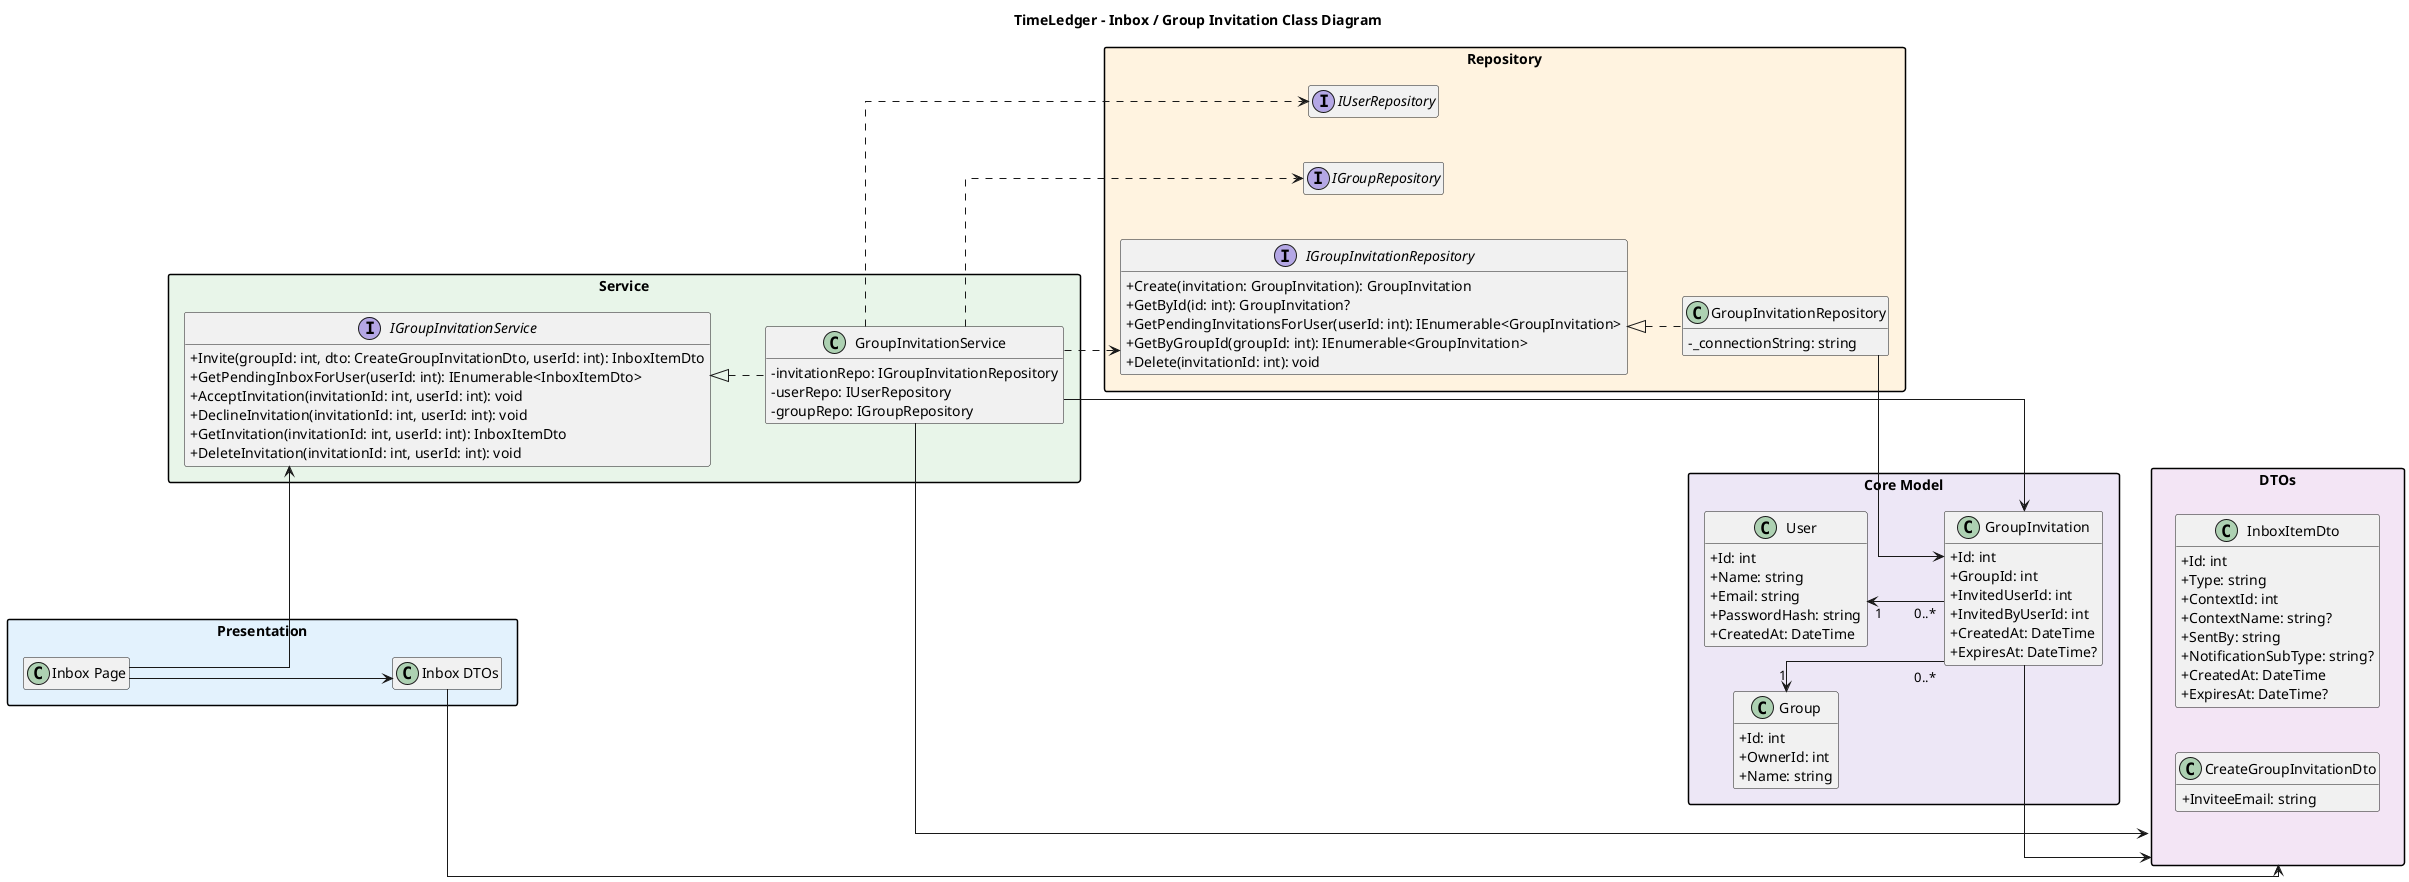
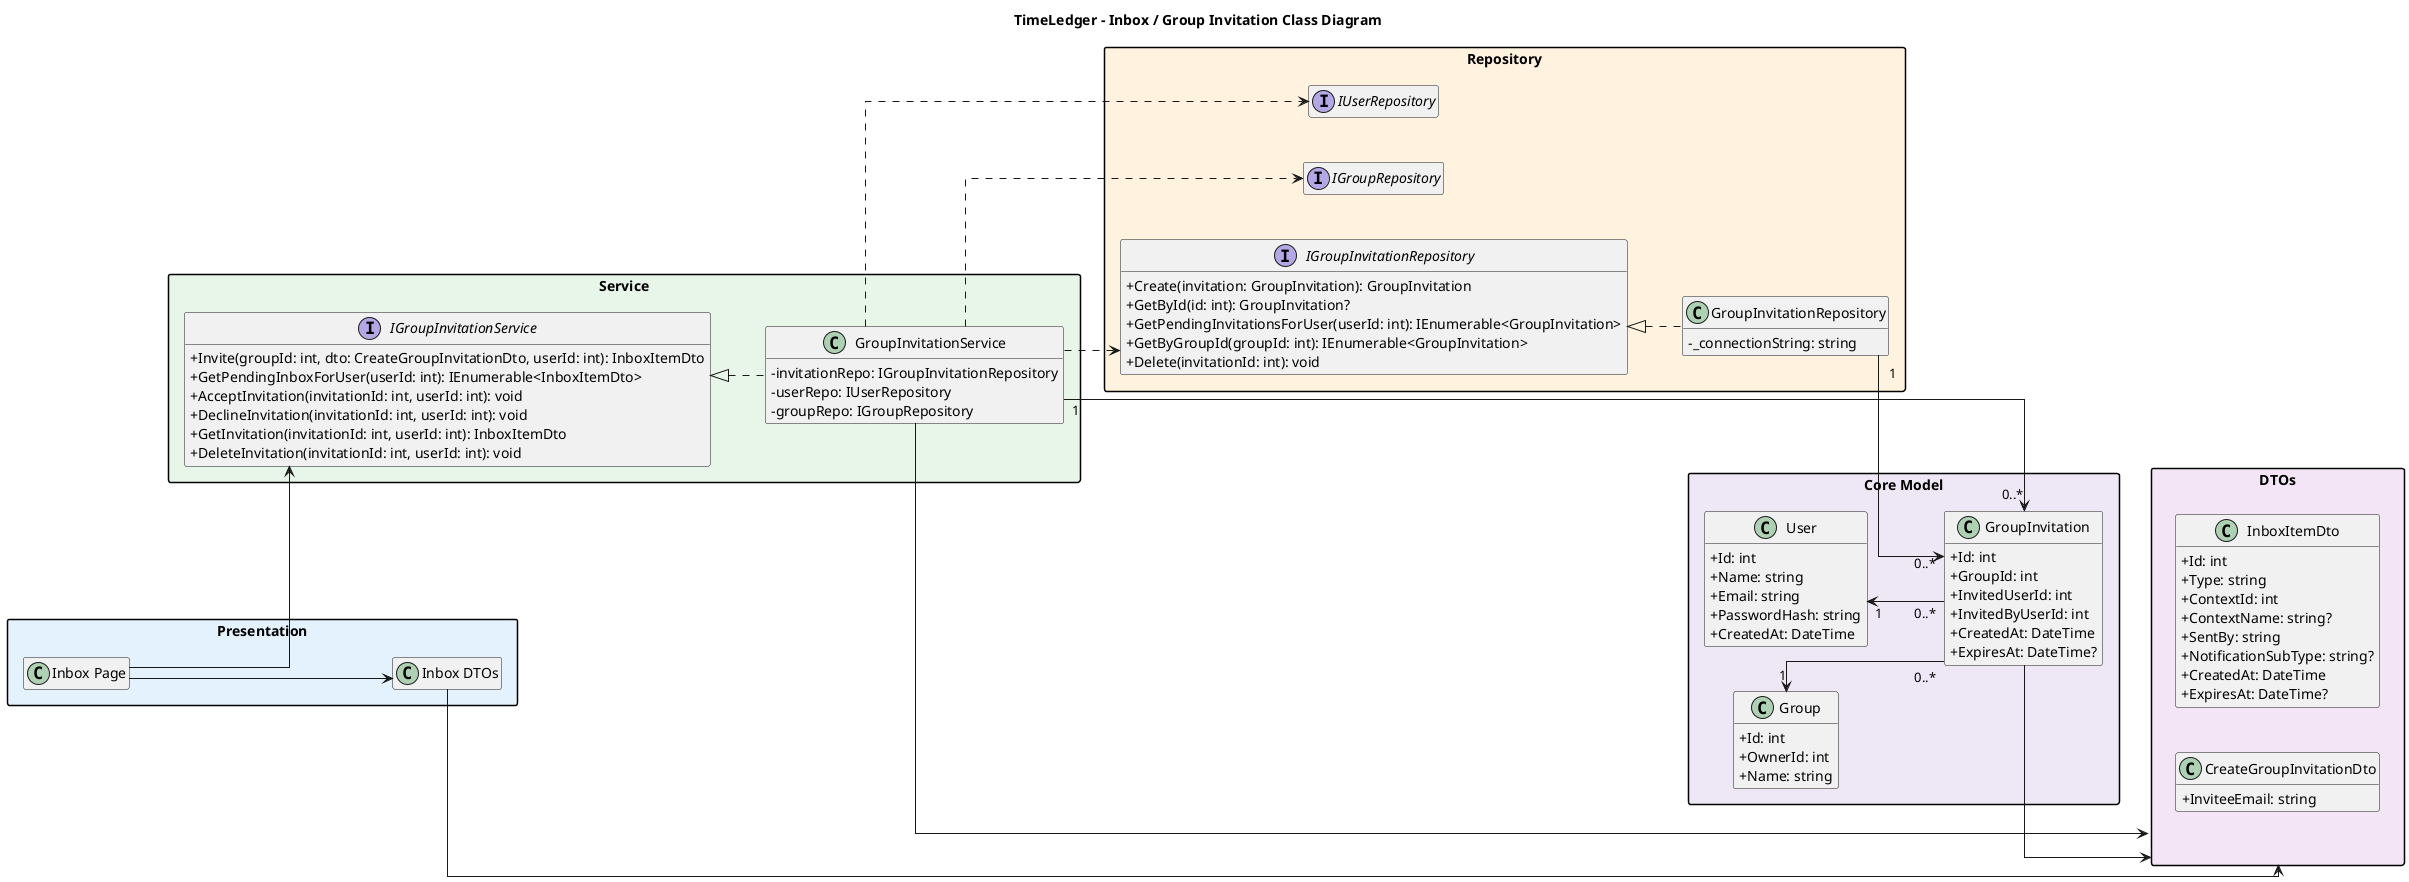
﻿@startuml
left to right direction
skinparam classAttributeIconSize 0
skinparam packageStyle rectangle
skinparam linetype ortho
skinparam nodesep 45
skinparam ranksep 55
hide empty members

title TimeLedger - Inbox / Group Invitation Class Diagram

package "Presentation" #E3F2FD {
  class "Inbox Page" as InboxPage
  class "Inbox DTOs" as InboxDTOs
}

package "Service" #E8F5E9 {
  interface IGroupInvitationService {
	+ Invite(groupId: int, dto: CreateGroupInvitationDto, userId: int): InboxItemDto
	+ GetPendingInboxForUser(userId: int): IEnumerable<InboxItemDto>
	+ AcceptInvitation(invitationId: int, userId: int): void
	+ DeclineInvitation(invitationId: int, userId: int): void
	+ GetInvitation(invitationId: int, userId: int): InboxItemDto
	+ DeleteInvitation(invitationId: int, userId: int): void
  }

  class GroupInvitationService {
	- invitationRepo: IGroupInvitationRepository
	- userRepo: IUserRepository
	- groupRepo: IGroupRepository

  }
}

package "Core Model" #EDE7F6 {
  class GroupInvitation {
	+ Id: int
	+ GroupId: int
	+ InvitedUserId: int
	+ InvitedByUserId: int
	+ CreatedAt: DateTime
	+ ExpiresAt: DateTime?
  }

  class User {
	+ Id: int
	+ Name: string
	+ Email: string
	+ PasswordHash: string
	+ CreatedAt: DateTime
  }

  class Group {
	+ Id: int
	+ OwnerId: int
	+ Name: string
  }
}

package "DTOs" #F3E5F5 {
  class InboxItemDto {
	+ Id: int
	+ Type: string
	+ ContextId: int
	+ ContextName: string?
	+ SentBy: string
	+ NotificationSubType: string?
	+ CreatedAt: DateTime
	+ ExpiresAt: DateTime?
  }

  class CreateGroupInvitationDto {
	+ InviteeEmail: string
  }
}

package "Repository" #FFF3E0 {


  interface IUserRepository
  interface IGroupRepository

  interface IGroupInvitationRepository {
  	+ Create(invitation: GroupInvitation): GroupInvitation
  	+ GetById(id: int): GroupInvitation?
  	+ GetPendingInvitationsForUser(userId: int): IEnumerable<GroupInvitation>
  	+ GetByGroupId(groupId: int): IEnumerable<GroupInvitation>
  	+ Delete(invitationId: int): void
    }

  class GroupInvitationRepository {
	- _connectionString: string

  }
}

InboxPage --> IGroupInvitationService
InboxPage --> InboxDTOs
InboxDTOs --> DTOs
IGroupInvitationService <|.. GroupInvitationService
IGroupInvitationRepository <|.. GroupInvitationRepository
GroupInvitationService ..> IGroupInvitationRepository
GroupInvitationService ..> IUserRepository
GroupInvitationService ..> IGroupRepository
GroupInvitationService --> DTOs
- GroupInvitationService --> GroupInvitation
- GroupInvitationRepository --> GroupInvitation
+ GroupInvitationService "1" --> "0..*" GroupInvitation
+ GroupInvitationRepository "1" --> "0..*" GroupInvitation

User "1" <-- "0..*" GroupInvitation
Group "1" <-- "0..*" GroupInvitation
GroupInvitation -->  DTOs



@enduml